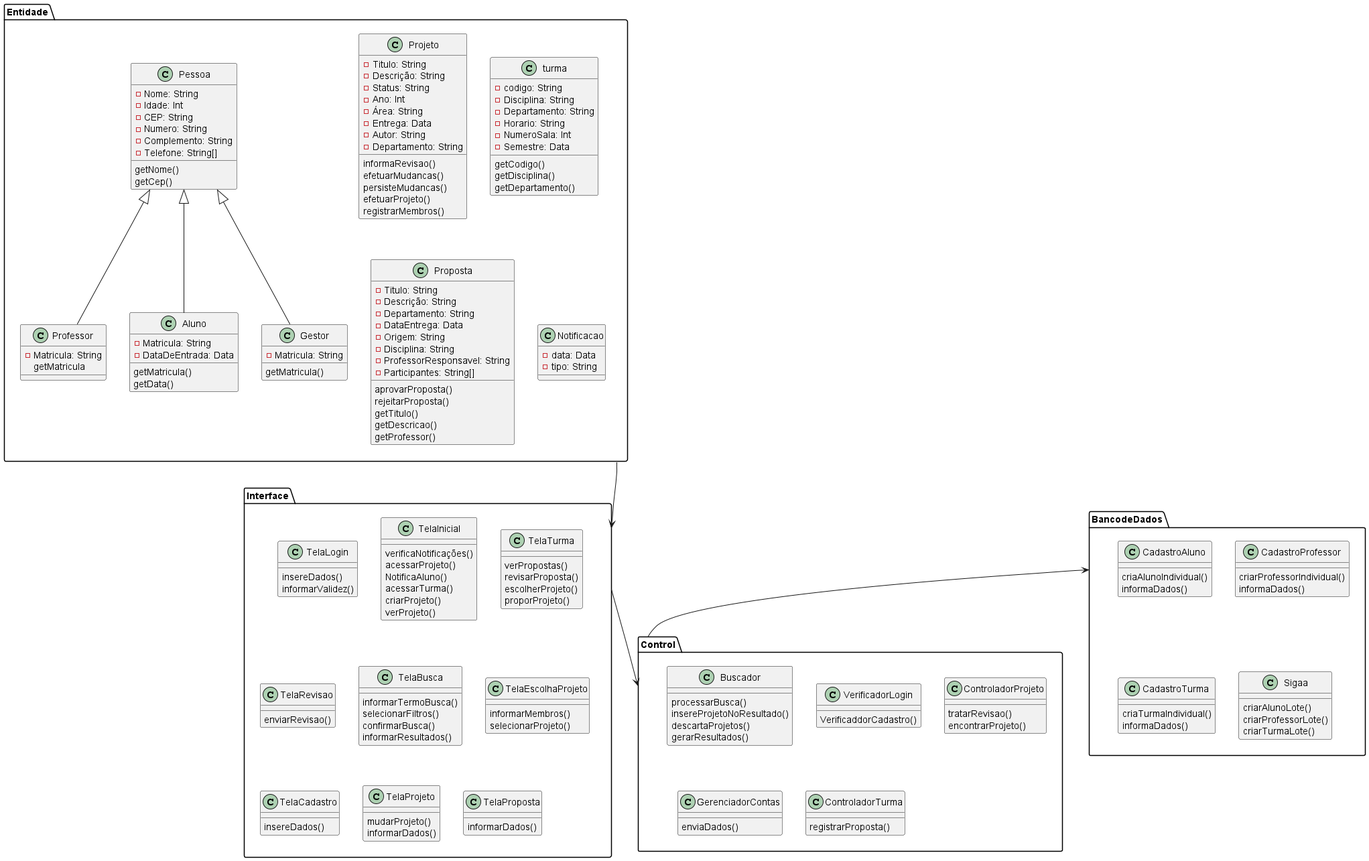
This is diagramas/pacotes/DiagramaDePack.png from Pedro-V/projetorium, a PlantUML export, as it was before one commit. Source of this version:
```plantuml
@startuml DiagramaDePack

package Entidade{

    class Pessoa{
        -Nome: String
        -Idade: Int
        -CEP: String
        -Numero: String
        -Complemento: String
        -Telefone: String[]
        getNome()
        getCep()
    }

    class Professor {
        -Matricula: String
        getMatricula
    }

    class Aluno {
        -Matricula: String
        -DataDeEntrada: Data
        getMatricula()
        getData()
    }

    class Gestor {
        -Matricula: String
        getMatricula()
    }

    class Projeto {
        -Titulo: String
        -Descrição: String
        -Status: String
        -Ano: Int
        -Área: String
        -Entrega: Data
        -Autor: String
        -Departamento: String
        informaRevisao()
        efetuarMudancas()
        persisteMudancas()
        efetuarProjeto()
        registrarMembros()
    }

    class turma {
        -codigo: String
        -Disciplina: String
        -Departamento: String
        -Horario: String
        -NumeroSala: Int
        -Semestre: Data
        getCodigo()
        getDisciplina()
        getDepartamento()
    }

    class Proposta{
        -Titulo: String
        -Descrição: String
        -Departamento: String
        -DataEntrega: Data
        -Origem: String
        -Disciplina: String
        -ProfessorResponsavel: String
        -Participantes: String[]
        aprovarProposta()
        rejeitarProposta()
        getTitulo()
        getDescricao()
        getProfessor()

    }

    class Notificacao{
        -data: Data
        -tipo: String
    }

    Pessoa <|-- Professor
    Pessoa <|-- Aluno
    Pessoa <|-- Gestor
}

package Control{

    class Buscador  {
     processarBusca()
     insereProjetoNoResultado()
     descartaProjetos()
     gerarResultados()
    }

    class VerificadorLogin{
        VerificaddorCadastro()
    }

    class ControladorProjeto{
        tratarRevisao()
        encontrarProjeto()
    }

    class GerenciadorContas{
        enviaDados()
    }

    class ControladorTurma{
        registrarProposta()
    }
}

package Interface{
    class TelaLogin{
        insereDados()
        informarValidez()
    }

    class TelaInicial{
        verificaNotificações()
        acessarProjeto()
        NotificaAluno()
        acessarTurma()
        criarProjeto()
        verProjeto()
    }

    class TelaTurma{
        verPropostas()
        revisarProposta()
        escolherProjeto()
        proporProjeto()
    }

    class TelaRevisao{
        enviarRevisao()
    }

    class TelaBusca{
        informarTermoBusca()
        selecionarFiltros()
        confirmarBusca()
        informarResultados()
    }

    class TelaEscolhaProjeto{
        informarMembros()
        selecionarProjeto()
    }

    class TelaCadastro{
        insereDados()
    }

    class TelaProjeto{
        mudarProjeto()
        informarDados()
    }

    class TelaProposta{
        informarDados()
    }
}

package BancodeDados{
    class CadastroAluno{
    criaAlunoIndividual()
    informaDados()
}

    class CadastroProfessor{
    criarProfessorIndividual()
    informaDados()
}

    class CadastroTurma{
    criaTurmaIndividual()
    informaDados()
}

    class Sigaa{
    criarAlunoLote()
    criarProfessorLote()
    criarTurmaLote()
}
}

Entidade --> Interface
Interface --> Control
BancodeDados <-- Control



@enduml
```
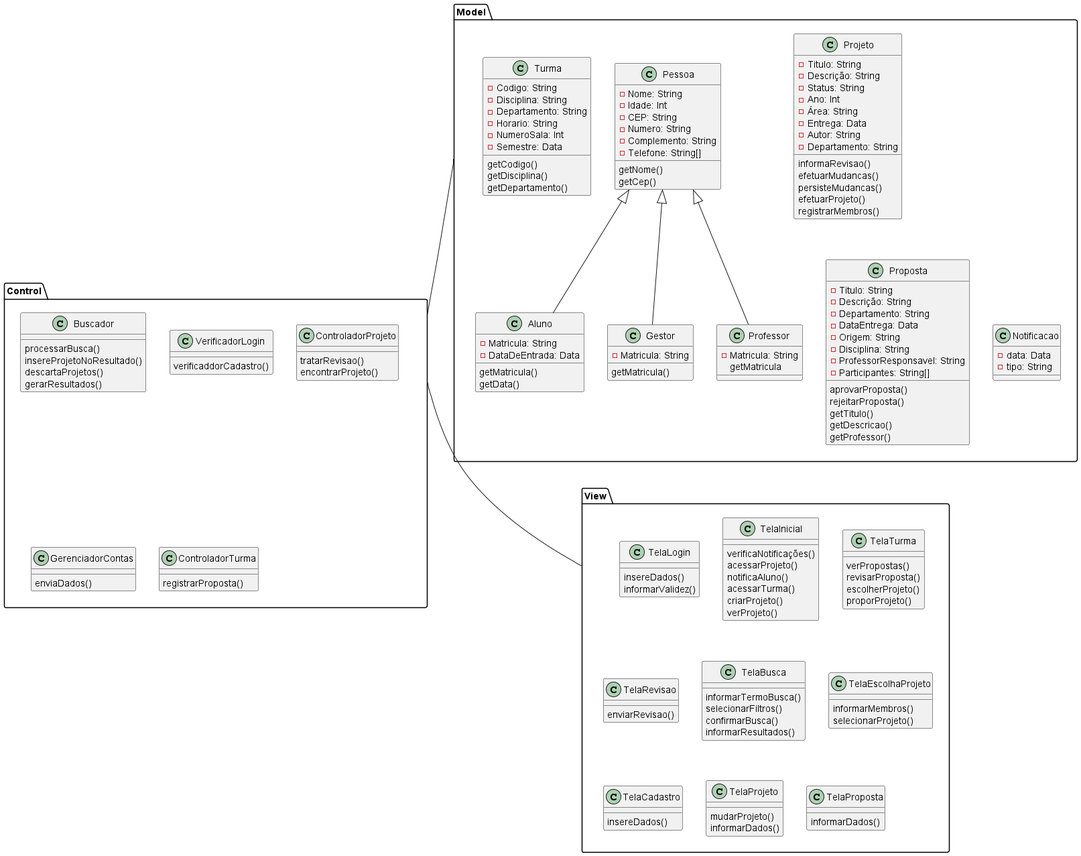
Above is the later version.

Diff of the diagram source:
```diff
@@ -1,6 +1,6 @@
 @startuml DiagramaDePack
 
-package Entidade{
+folder Model{
 
     class Pessoa{
         -Nome: String
@@ -46,8 +46,8 @@
         registrarMembros()
     }
 
-    class turma {
-        -codigo: String
+    class Turma {
+        -Codigo: String
         -Disciplina: String
         -Departamento: String
         -Horario: String
@@ -85,7 +85,7 @@
     Pessoa <|-- Gestor
 }
 
-package Control{
+folder Control{
 
     class Buscador  {
      processarBusca()
@@ -95,7 +95,7 @@
     }
 
     class VerificadorLogin{
-        VerificaddorCadastro()
+        verificaddorCadastro()
     }
 
     class ControladorProjeto{
@@ -112,7 +112,7 @@
     }
 }
 
-package Interface{
+folder View{
     class TelaLogin{
         insereDados()
         informarValidez()
@@ -121,7 +121,7 @@
     class TelaInicial{
         verificaNotificações()
         acessarProjeto()
-        NotificaAluno()
+        notificaAluno()
         acessarTurma()
         criarProjeto()
         verProjeto()
@@ -164,32 +164,8 @@
     }
 }
 
-package BancodeDados{
-    class CadastroAluno{
-    criaAlunoIndividual()
-    informaDados()
-}
-
-    class CadastroProfessor{
-    criarProfessorIndividual()
-    informaDados()
-}
-
-    class CadastroTurma{
-    criaTurmaIndividual()
-    informaDados()
-}
-
-    class Sigaa{
-    criarAlunoLote()
-    criarProfessorLote()
-    criarTurmaLote()
-}
-}
-
-Entidade --> Interface
-Interface --> Control
-BancodeDados <-- Control
+Control -- View
+Model -- Control
 
 
 
```
